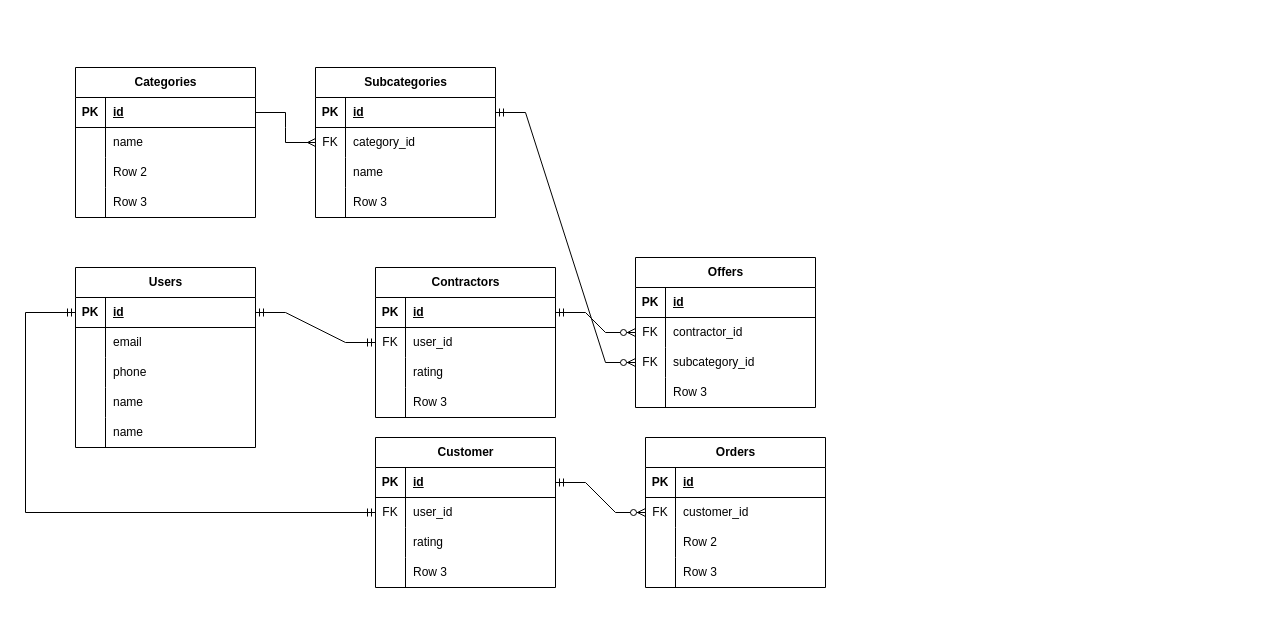
Above: Untitled Diagram.drawio in ki1it/draw_io (draw.io), before the change. Source tidied: cells renumbered, new cells numbered last; positions are measured from the earlier drawing's top-left corner, leaving out a move shared by most shapes. Both pictures are drawn from the tidied source at 100%, with x=0, y=0 at pixel (25, 67).
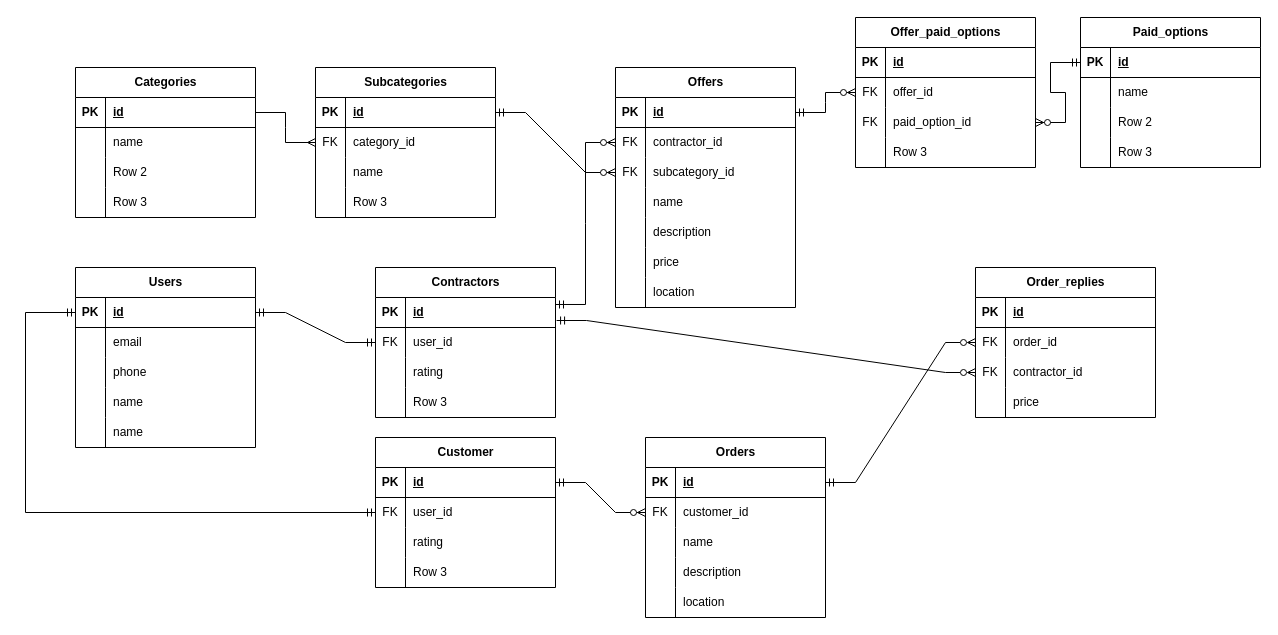
The same page after the edit.

Unchanged cells that the change refers to:
```xml
<mxCell id="46" style="shape=tableRow;horizontal=0;startSize=0;swimlaneHead=0;swimlaneBody=0;fillColor=none;points=[[0,0.5],[1,0.5]];portConstraint=eastwest;top=0;left=0;right=0;bottom=1;" parent="45" vertex="1">
  <mxGeometry y="30" width="180" height="30" as="geometry" />
</mxCell>
<mxCell id="74" style="shape=tableRow;horizontal=0;startSize=0;swimlaneHead=0;swimlaneBody=0;fillColor=none;points=[[0,0.5],[1,0.5]];portConstraint=eastwest;top=0;left=0;right=0;bottom=1;" parent="73" vertex="1">
  <mxGeometry y="30" width="180" height="30" as="geometry" />
</mxCell>
<mxCell id="80" style="shape=tableRow;horizontal=0;startSize=0;swimlaneHead=0;swimlaneBody=0;fillColor=none;top=0;left=0;right=0;bottom=0;" parent="73" vertex="1">
  <mxGeometry y="90" width="180" height="30" as="geometry" />
</mxCell>
<mxCell id="83" style="shape=tableRow;horizontal=0;startSize=0;swimlaneHead=0;swimlaneBody=0;fillColor=none;top=0;left=0;right=0;bottom=0;" parent="73" vertex="1">
  <mxGeometry y="120" width="180" height="30" as="geometry" />
</mxCell>
<mxCell id="88" style="shape=tableRow;horizontal=0;startSize=0;swimlaneHead=0;swimlaneBody=0;fillColor=none;points=[[0,0.5],[1,0.5]];portConstraint=eastwest;top=0;left=0;right=0;bottom=1;" parent="87" vertex="1">
  <mxGeometry y="30" width="180" height="30" as="geometry" />
</mxCell>
<mxCell id="91" style="shape=tableRow;horizontal=0;startSize=0;swimlaneHead=0;swimlaneBody=0;fillColor=none;points=[[0,0.5],[1,0.5]];portConstraint=eastwest;top=0;left=0;right=0;bottom=0;" parent="87" vertex="1">
  <mxGeometry y="60" width="180" height="30" as="geometry" />
</mxCell>
<mxCell id="97" style="shape=tableRow;horizontal=0;startSize=0;swimlaneHead=0;swimlaneBody=0;fillColor=none;top=0;left=0;right=0;bottom=0;" parent="87" vertex="1">
  <mxGeometry y="120" width="180" height="30" as="geometry" />
</mxCell>
```

The edit, as a diff of the source:
```diff
@@
     <mxCell id="73" value="Orders" style="shape=table;startSize=30;childLayout=tableLayout;rowLines=0;fontStyle=1;align=center;html=1;" parent="1" vertex="1">
-      <mxGeometry x="620" y="370" width="180" height="150" as="geometry" />
+      <mxGeometry x="620" y="370" width="180" height="180" as="geometry" />
     </mxCell>
@@
-    <mxCell id="82" value="Row 2" style="shape=partialRectangle;fillColor=none;top=0;left=0;bottom=0;right=0;align=left;spacingLeft=6;overflow=hidden;whiteSpace=wrap;html=1;" parent="80" vertex="1">
+    <mxCell id="82" value="name" style="shape=partialRectangle;fillColor=none;top=0;left=0;bottom=0;right=0;align=left;spacingLeft=6;overflow=hidden;whiteSpace=wrap;html=1;" parent="80" vertex="1">
       <mxGeometry x="30" width="150" height="30" as="geometry" />
     </mxCell>
@@
-    <mxCell id="85" value="Row 3" style="shape=partialRectangle;fillColor=none;top=0;left=0;bottom=0;right=0;align=left;spacingLeft=6;overflow=hidden;whiteSpace=wrap;html=1;" parent="83" vertex="1">
+    <mxCell id="85" value="description" style="shape=partialRectangle;fillColor=none;top=0;left=0;bottom=0;right=0;align=left;spacingLeft=6;overflow=hidden;whiteSpace=wrap;html=1;" parent="83" vertex="1">
       <mxGeometry x="30" width="150" height="30" as="geometry" />
     </mxCell>
+    <mxCell id="102" style="shape=tableRow;horizontal=0;startSize=0;swimlaneHead=0;swimlaneBody=0;fillColor=none;top=0;left=0;right=0;bottom=0;" parent="73" vertex="1">
+      <mxGeometry y="150" width="180" height="30" as="geometry" />
+    </mxCell>
+    <mxCell id="103" style="shape=partialRectangle;fillColor=none;top=0;left=0;bottom=0;right=0;overflow=hidden;whiteSpace=wrap;html=1;" parent="102" vertex="1">
+      <mxGeometry width="30" height="30" as="geometry" />
+    </mxCell>
+    <mxCell id="104" value="location" style="shape=partialRectangle;fillColor=none;top=0;left=0;bottom=0;right=0;align=left;spacingLeft=6;overflow=hidden;whiteSpace=wrap;html=1;" parent="102" vertex="1">
+      <mxGeometry x="30" width="150" height="30" as="geometry" />
+    </mxCell>
@@
     <mxCell id="87" value="Offers" style="shape=table;startSize=30;childLayout=tableLayout;rowLines=0;fontStyle=1;align=center;html=1;" parent="1" vertex="1">
-      <mxGeometry x="610" y="190" width="180" height="150" as="geometry" />
+      <mxGeometry x="590" width="180" height="240" as="geometry" />
     </mxCell>
@@
-    <mxCell id="99" value="Row 3" style="shape=partialRectangle;fillColor=none;top=0;left=0;bottom=0;right=0;align=left;spacingLeft=6;overflow=hidden;whiteSpace=wrap;html=1;" parent="97" vertex="1">
+    <mxCell id="99" value="name" style="shape=partialRectangle;fillColor=none;top=0;left=0;bottom=0;right=0;align=left;spacingLeft=6;overflow=hidden;whiteSpace=wrap;html=1;" parent="97" vertex="1">
       <mxGeometry x="30" width="150" height="30" as="geometry" />
     </mxCell>
+    <mxCell id="105" style="shape=tableRow;horizontal=0;startSize=0;swimlaneHead=0;swimlaneBody=0;fillColor=none;top=0;left=0;right=0;bottom=0;" parent="87" vertex="1">
+      <mxGeometry y="150" width="180" height="30" as="geometry" />
+    </mxCell>
+    <mxCell id="106" style="shape=partialRectangle;fillColor=none;top=0;left=0;bottom=0;right=0;overflow=hidden;whiteSpace=wrap;html=1;" parent="105" vertex="1">
+      <mxGeometry width="30" height="30" as="geometry" />
+    </mxCell>
+    <mxCell id="107" value="description" style="shape=partialRectangle;fillColor=none;top=0;left=0;bottom=0;right=0;align=left;spacingLeft=6;overflow=hidden;whiteSpace=wrap;html=1;" parent="105" vertex="1">
+      <mxGeometry x="30" width="150" height="30" as="geometry" />
+    </mxCell>
+    <mxCell id="108" style="shape=tableRow;horizontal=0;startSize=0;swimlaneHead=0;swimlaneBody=0;fillColor=none;top=0;left=0;right=0;bottom=0;" parent="87" vertex="1">
+      <mxGeometry y="180" width="180" height="30" as="geometry" />
+    </mxCell>
+    <mxCell id="109" style="shape=partialRectangle;fillColor=none;top=0;left=0;bottom=0;right=0;overflow=hidden;whiteSpace=wrap;html=1;" parent="108" vertex="1">
+      <mxGeometry width="30" height="30" as="geometry" />
+    </mxCell>
+    <mxCell id="110" value="price" style="shape=partialRectangle;fillColor=none;top=0;left=0;bottom=0;right=0;align=left;spacingLeft=6;overflow=hidden;whiteSpace=wrap;html=1;" parent="108" vertex="1">
+      <mxGeometry x="30" width="150" height="30" as="geometry" />
+    </mxCell>
+    <mxCell id="111" style="shape=tableRow;horizontal=0;startSize=0;swimlaneHead=0;swimlaneBody=0;fillColor=none;top=0;left=0;right=0;bottom=0;" parent="87" vertex="1">
+      <mxGeometry y="210" width="180" height="30" as="geometry" />
+    </mxCell>
+    <mxCell id="112" style="shape=partialRectangle;fillColor=none;top=0;left=0;bottom=0;right=0;overflow=hidden;whiteSpace=wrap;html=1;" parent="111" vertex="1">
+      <mxGeometry width="30" height="30" as="geometry" />
+    </mxCell>
+    <mxCell id="113" value="location" style="shape=partialRectangle;fillColor=none;top=0;left=0;bottom=0;right=0;align=left;spacingLeft=6;overflow=hidden;whiteSpace=wrap;html=1;" parent="111" vertex="1">
+      <mxGeometry x="30" width="150" height="30" as="geometry" />
+    </mxCell>
-    <mxCell id="100" style="edgeStyle=entityRelationEdgeStyle;fontSize=12;html=1;endArrow=ERzeroToMany;startArrow=ERmandOne;rounded=0;exitX=1;exitY=0.5;exitDx=0;exitDy=0;entryX=0;entryY=0.5;entryDx=0;entryDy=0;" parent="1" edge="1" source="46" target="91">
+    <mxCell id="100" style="edgeStyle=entityRelationEdgeStyle;fontSize=12;html=1;endArrow=ERzeroToMany;startArrow=ERmandOne;rounded=0;exitX=1;exitY=0.233;exitDx=0;exitDy=0;entryX=0;entryY=0.5;entryDx=0;entryDy=0;exitPerimeter=0;" parent="1" edge="1" source="46" target="91">
       <mxGeometry relative="1" as="geometry" />
     </mxCell>
@@
+    <mxCell id="114" value="Paid_options" style="shape=table;startSize=30;childLayout=tableLayout;rowLines=0;fontStyle=1;align=center;html=1;" parent="1" vertex="1">
+      <mxGeometry x="1055" y="-50" width="180" height="150" as="geometry" />
+    </mxCell>
+    <mxCell id="115" style="shape=tableRow;horizontal=0;startSize=0;swimlaneHead=0;swimlaneBody=0;fillColor=none;points=[[0,0.5],[1,0.5]];portConstraint=eastwest;top=0;left=0;right=0;bottom=1;" parent="114" vertex="1">
+      <mxGeometry y="30" width="180" height="30" as="geometry" />
+    </mxCell>
+    <mxCell id="116" value="PK" style="shape=partialRectangle;fillColor=none;top=0;left=0;bottom=0;right=0;fontStyle=1;overflow=hidden;whiteSpace=wrap;html=1;" parent="115" vertex="1">
+      <mxGeometry width="30" height="30" as="geometry" />
+    </mxCell>
+    <mxCell id="117" value="id" style="shape=partialRectangle;fillColor=none;top=0;left=0;bottom=0;right=0;align=left;spacingLeft=6;fontStyle=5;overflow=hidden;whiteSpace=wrap;html=1;" parent="115" vertex="1">
+      <mxGeometry x="30" width="150" height="30" as="geometry" />
+    </mxCell>
+    <mxCell id="118" style="shape=tableRow;horizontal=0;startSize=0;swimlaneHead=0;swimlaneBody=0;fillColor=none;top=0;left=0;right=0;bottom=0;" parent="114" vertex="1">
+      <mxGeometry y="60" width="180" height="30" as="geometry" />
+    </mxCell>
+    <mxCell id="119" style="shape=partialRectangle;fillColor=none;top=0;left=0;bottom=0;right=0;overflow=hidden;whiteSpace=wrap;html=1;" parent="118" vertex="1">
+      <mxGeometry width="30" height="30" as="geometry" />
+    </mxCell>
+    <mxCell id="120" value="name" style="shape=partialRectangle;fillColor=none;top=0;left=0;bottom=0;right=0;align=left;spacingLeft=6;overflow=hidden;whiteSpace=wrap;html=1;" parent="118" vertex="1">
+      <mxGeometry x="30" width="150" height="30" as="geometry" />
+    </mxCell>
+    <mxCell id="121" style="shape=tableRow;horizontal=0;startSize=0;swimlaneHead=0;swimlaneBody=0;fillColor=none;top=0;left=0;right=0;bottom=0;" parent="114" vertex="1">
+      <mxGeometry y="90" width="180" height="30" as="geometry" />
+    </mxCell>
+    <mxCell id="122" style="shape=partialRectangle;fillColor=none;top=0;left=0;bottom=0;right=0;overflow=hidden;whiteSpace=wrap;html=1;" parent="121" vertex="1">
+      <mxGeometry width="30" height="30" as="geometry" />
+    </mxCell>
+    <mxCell id="123" value="Row 2" style="shape=partialRectangle;fillColor=none;top=0;left=0;bottom=0;right=0;align=left;spacingLeft=6;overflow=hidden;whiteSpace=wrap;html=1;" parent="121" vertex="1">
+      <mxGeometry x="30" width="150" height="30" as="geometry" />
+    </mxCell>
+    <mxCell id="124" style="shape=tableRow;horizontal=0;startSize=0;swimlaneHead=0;swimlaneBody=0;fillColor=none;top=0;left=0;right=0;bottom=0;" parent="114" vertex="1">
+      <mxGeometry y="120" width="180" height="30" as="geometry" />
+    </mxCell>
+    <mxCell id="125" style="shape=partialRectangle;fillColor=none;top=0;left=0;bottom=0;right=0;overflow=hidden;whiteSpace=wrap;html=1;" parent="124" vertex="1">
+      <mxGeometry width="30" height="30" as="geometry" />
+    </mxCell>
+    <mxCell id="126" value="Row 3" style="shape=partialRectangle;fillColor=none;top=0;left=0;bottom=0;right=0;align=left;spacingLeft=6;overflow=hidden;whiteSpace=wrap;html=1;" parent="124" vertex="1">
+      <mxGeometry x="30" width="150" height="30" as="geometry" />
+    </mxCell>
+    <mxCell id="127" value="Offer_paid_options" style="shape=table;startSize=30;childLayout=tableLayout;rowLines=0;fontStyle=1;align=center;html=1;" parent="1" vertex="1">
+      <mxGeometry x="830" y="-50" width="180" height="150" as="geometry" />
+    </mxCell>
+    <mxCell id="128" style="shape=tableRow;horizontal=0;startSize=0;swimlaneHead=0;swimlaneBody=0;fillColor=none;top=0;left=0;right=0;bottom=1;" parent="127" vertex="1">
+      <mxGeometry y="30" width="180" height="30" as="geometry" />
+    </mxCell>
+    <mxCell id="129" value="PK" style="shape=partialRectangle;fillColor=none;top=0;left=0;bottom=0;right=0;fontStyle=1;overflow=hidden;whiteSpace=wrap;html=1;" parent="128" vertex="1">
+      <mxGeometry width="30" height="30" as="geometry" />
+    </mxCell>
+    <mxCell id="130" value="id" style="shape=partialRectangle;fillColor=none;top=0;left=0;bottom=0;right=0;align=left;spacingLeft=6;fontStyle=5;overflow=hidden;whiteSpace=wrap;html=1;" parent="128" vertex="1">
+      <mxGeometry x="30" width="150" height="30" as="geometry" />
+    </mxCell>
+    <mxCell id="131" style="shape=tableRow;horizontal=0;startSize=0;swimlaneHead=0;swimlaneBody=0;fillColor=none;points=[[0,0.5],[1,0.5]];portConstraint=eastwest;top=0;left=0;right=0;bottom=0;" parent="127" vertex="1">
+      <mxGeometry y="60" width="180" height="30" as="geometry" />
+    </mxCell>
+    <mxCell id="132" value="FK" style="shape=partialRectangle;fillColor=none;top=0;left=0;bottom=0;right=0;overflow=hidden;whiteSpace=wrap;html=1;" parent="131" vertex="1">
+      <mxGeometry width="30" height="30" as="geometry" />
+    </mxCell>
+    <mxCell id="133" value="offer_id" style="shape=partialRectangle;fillColor=none;top=0;left=0;bottom=0;right=0;align=left;spacingLeft=6;overflow=hidden;whiteSpace=wrap;html=1;" parent="131" vertex="1">
+      <mxGeometry x="30" width="150" height="30" as="geometry" />
+    </mxCell>
+    <mxCell id="134" style="shape=tableRow;horizontal=0;startSize=0;swimlaneHead=0;swimlaneBody=0;fillColor=none;points=[[0,0.5],[1,0.5]];portConstraint=eastwest;top=0;left=0;right=0;bottom=0;" parent="127" vertex="1">
+      <mxGeometry y="90" width="180" height="30" as="geometry" />
+    </mxCell>
+    <mxCell id="135" value="FK" style="shape=partialRectangle;fillColor=none;top=0;left=0;bottom=0;right=0;overflow=hidden;whiteSpace=wrap;html=1;" parent="134" vertex="1">
+      <mxGeometry width="30" height="30" as="geometry" />
+    </mxCell>
+    <mxCell id="136" value="paid_option_id" style="shape=partialRectangle;fillColor=none;top=0;left=0;bottom=0;right=0;align=left;spacingLeft=6;overflow=hidden;whiteSpace=wrap;html=1;" parent="134" vertex="1">
+      <mxGeometry x="30" width="150" height="30" as="geometry" />
+    </mxCell>
+    <mxCell id="137" style="shape=tableRow;horizontal=0;startSize=0;swimlaneHead=0;swimlaneBody=0;fillColor=none;top=0;left=0;right=0;bottom=0;" parent="127" vertex="1">
+      <mxGeometry y="120" width="180" height="30" as="geometry" />
+    </mxCell>
+    <mxCell id="138" style="shape=partialRectangle;fillColor=none;top=0;left=0;bottom=0;right=0;overflow=hidden;whiteSpace=wrap;html=1;" parent="137" vertex="1">
+      <mxGeometry width="30" height="30" as="geometry" />
+    </mxCell>
+    <mxCell id="139" value="Row 3" style="shape=partialRectangle;fillColor=none;top=0;left=0;bottom=0;right=0;align=left;spacingLeft=6;overflow=hidden;whiteSpace=wrap;html=1;" parent="137" vertex="1">
+      <mxGeometry x="30" width="150" height="30" as="geometry" />
+    </mxCell>
+    <mxCell id="140" style="edgeStyle=entityRelationEdgeStyle;fontSize=12;html=1;endArrow=ERzeroToMany;startArrow=ERmandOne;rounded=0;exitX=1;exitY=0.5;exitDx=0;exitDy=0;entryX=0;entryY=0.5;entryDx=0;entryDy=0;" parent="1" edge="1" source="88" target="131">
+      <mxGeometry relative="1" as="geometry" />
+    </mxCell>
+    <mxCell id="141" style="edgeStyle=entityRelationEdgeStyle;fontSize=12;html=1;endArrow=ERzeroToMany;startArrow=ERmandOne;rounded=0;exitX=0;exitY=0.5;exitDx=0;exitDy=0;entryX=1;entryY=0.5;entryDx=0;entryDy=0;" parent="1" edge="1" source="115" target="134">
+      <mxGeometry relative="1" as="geometry" />
+    </mxCell>
+    <mxCell id="142" value="Order_replies" style="shape=table;startSize=30;childLayout=tableLayout;rowLines=0;fontStyle=1;align=center;html=1;" parent="1" vertex="1">
+      <mxGeometry x="950" y="200" width="180" height="150" as="geometry" />
+    </mxCell>
+    <mxCell id="143" style="shape=tableRow;horizontal=0;startSize=0;swimlaneHead=0;swimlaneBody=0;fillColor=none;top=0;left=0;right=0;bottom=1;" parent="142" vertex="1">
+      <mxGeometry y="30" width="180" height="30" as="geometry" />
+    </mxCell>
+    <mxCell id="144" value="PK" style="shape=partialRectangle;fillColor=none;top=0;left=0;bottom=0;right=0;fontStyle=1;overflow=hidden;whiteSpace=wrap;html=1;" parent="143" vertex="1">
+      <mxGeometry width="30" height="30" as="geometry" />
+    </mxCell>
+    <mxCell id="145" value="id" style="shape=partialRectangle;fillColor=none;top=0;left=0;bottom=0;right=0;align=left;spacingLeft=6;fontStyle=5;overflow=hidden;whiteSpace=wrap;html=1;" parent="143" vertex="1">
+      <mxGeometry x="30" width="150" height="30" as="geometry" />
+    </mxCell>
+    <mxCell id="146" style="shape=tableRow;horizontal=0;startSize=0;swimlaneHead=0;swimlaneBody=0;fillColor=none;points=[[0,0.5],[1,0.5]];portConstraint=eastwest;top=0;left=0;right=0;bottom=0;" parent="142" vertex="1">
+      <mxGeometry y="60" width="180" height="30" as="geometry" />
+    </mxCell>
+    <mxCell id="147" value="FK" style="shape=partialRectangle;fillColor=none;top=0;left=0;bottom=0;right=0;overflow=hidden;whiteSpace=wrap;html=1;" parent="146" vertex="1">
+      <mxGeometry width="30" height="30" as="geometry" />
+    </mxCell>
+    <mxCell id="148" value="order_id" style="shape=partialRectangle;fillColor=none;top=0;left=0;bottom=0;right=0;align=left;spacingLeft=6;overflow=hidden;whiteSpace=wrap;html=1;" parent="146" vertex="1">
+      <mxGeometry x="30" width="150" height="30" as="geometry" />
+    </mxCell>
+    <mxCell id="149" style="shape=tableRow;horizontal=0;startSize=0;swimlaneHead=0;swimlaneBody=0;fillColor=none;points=[[0,0.5],[1,0.5]];portConstraint=eastwest;top=0;left=0;right=0;bottom=0;" parent="142" vertex="1">
+      <mxGeometry y="90" width="180" height="30" as="geometry" />
+    </mxCell>
+    <mxCell id="150" value="FK" style="shape=partialRectangle;fillColor=none;top=0;left=0;bottom=0;right=0;overflow=hidden;whiteSpace=wrap;html=1;" parent="149" vertex="1">
+      <mxGeometry width="30" height="30" as="geometry" />
+    </mxCell>
+    <mxCell id="151" value="contractor_id" style="shape=partialRectangle;fillColor=none;top=0;left=0;bottom=0;right=0;align=left;spacingLeft=6;overflow=hidden;whiteSpace=wrap;html=1;" parent="149" vertex="1">
+      <mxGeometry x="30" width="150" height="30" as="geometry" />
+    </mxCell>
+    <mxCell id="152" style="shape=tableRow;horizontal=0;startSize=0;swimlaneHead=0;swimlaneBody=0;fillColor=none;top=0;left=0;right=0;bottom=0;" parent="142" vertex="1">
+      <mxGeometry y="120" width="180" height="30" as="geometry" />
+    </mxCell>
+    <mxCell id="153" style="shape=partialRectangle;fillColor=none;top=0;left=0;bottom=0;right=0;overflow=hidden;whiteSpace=wrap;html=1;" parent="152" vertex="1">
+      <mxGeometry width="30" height="30" as="geometry" />
+    </mxCell>
+    <mxCell id="154" value="price" style="shape=partialRectangle;fillColor=none;top=0;left=0;bottom=0;right=0;align=left;spacingLeft=6;overflow=hidden;whiteSpace=wrap;html=1;" parent="152" vertex="1">
+      <mxGeometry x="30" width="150" height="30" as="geometry" />
+    </mxCell>
+    <mxCell id="155" style="edgeStyle=entityRelationEdgeStyle;fontSize=12;html=1;endArrow=ERzeroToMany;startArrow=ERmandOne;rounded=0;exitX=1.006;exitY=0.767;exitDx=0;exitDy=0;entryX=0;entryY=0.5;entryDx=0;entryDy=0;exitPerimeter=0;endFill=0;" parent="1" edge="1" source="46" target="149">
+      <mxGeometry relative="1" as="geometry" />
+    </mxCell>
+    <mxCell id="156" style="edgeStyle=entityRelationEdgeStyle;fontSize=12;html=1;endArrow=ERzeroToMany;startArrow=ERmandOne;rounded=0;exitX=1;exitY=0.5;exitDx=0;exitDy=0;entryX=0;entryY=0.5;entryDx=0;entryDy=0;endFill=0;" parent="1" edge="1" source="74" target="146">
+      <mxGeometry relative="1" as="geometry" />
+    </mxCell>
```
